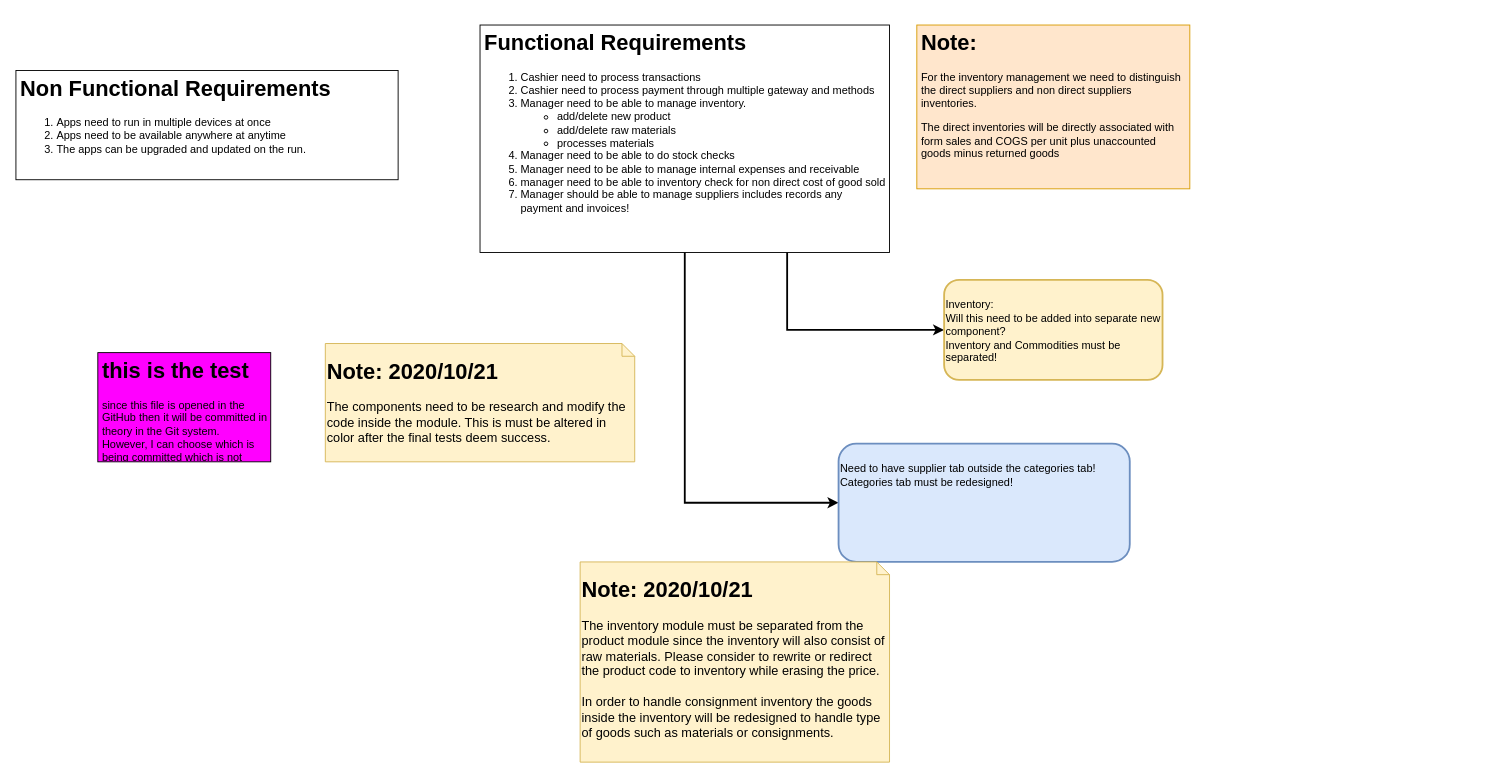
Earlier version of the draw.io diagram page "1.Read First" (1 of 7) of docs/2020-06-21_UML.drawio (m00racle/trialpos). Source tidied: cells renumbered, new cells numbered last; positions are measured from the earlier drawing's top-left corner, leaving out a move shared by most shapes. Both pictures are drawn from the tidied source at 91%, with x=0, y=0 at pixel (15, 25).
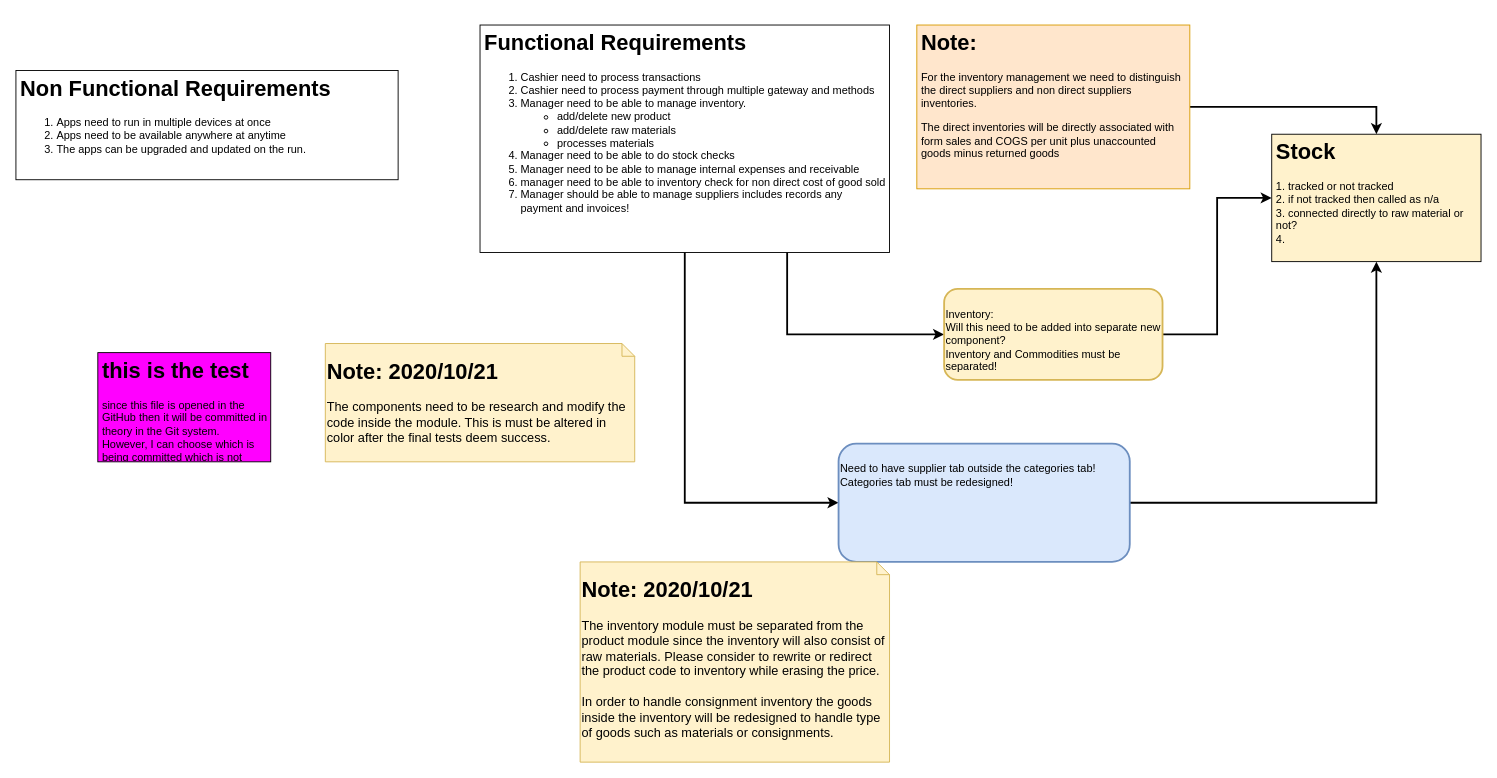
The same page after the edit.

Diff of the diagram source:
```diff
@@
 <mxGraphModel>
   <root>
     <mxCell id="0" />
     <mxCell id="1" parent="0" />
     <mxCell id="2" style="edgeStyle=orthogonalEdgeStyle;rounded=0;jettySize=auto;html=1;exitX=0.75;exitY=1;exitDx=0;exitDy=0;entryX=0;entryY=0.5;entryDx=0;entryDy=0;strokeWidth=2;" parent="1" edge="1" source="4" target="7">
       <mxGeometry relative="1" as="geometry" />
     </mxCell>
     <mxCell id="3" style="edgeStyle=orthogonalEdgeStyle;rounded=0;jettySize=auto;html=1;exitX=0.5;exitY=1;exitDx=0;exitDy=0;entryX=0;entryY=0.5;entryDx=0;entryDy=0;strokeWidth=2;" parent="1" edge="1" source="4" target="8">
       <mxGeometry relative="1" as="geometry" />
     </mxCell>
     <mxCell id="4" value="&lt;h1&gt;Functional Requirements&lt;/h1&gt;&lt;p&gt;&lt;/p&gt;&lt;ol&gt;&lt;li&gt;Cashier need to process transactions&lt;/li&gt;&lt;li&gt;Cashier need to process payment through multiple gateway and methods&lt;/li&gt;&lt;li&gt;Manager need to be able to manage inventory.&lt;/li&gt;&lt;ul&gt;&lt;li&gt;add/delete new product&lt;/li&gt;&lt;li&gt;add/delete raw materials&amp;nbsp;&lt;/li&gt;&lt;li&gt;processes materials&lt;/li&gt;&lt;/ul&gt;&lt;li&gt;Manager need to be able to do stock checks&lt;/li&gt;&lt;li&gt;Manager need to be able to manage internal expenses and receivable&lt;/li&gt;&lt;li&gt;manager need to be able to inventory check for non direct cost of good sold&lt;/li&gt;&lt;li&gt;Manager should be able to manage suppliers includes records any payment and invoices!&lt;/li&gt;&lt;/ol&gt;&lt;p&gt;&lt;/p&gt;" style="text;html=1;fillColor=none;spacing=5;spacingTop=-20;whiteSpace=wrap;overflow=hidden;rounded=0;strokeColor=#000000;" parent="1" vertex="1">
       <mxGeometry x="510" width="450" height="250" as="geometry" />
     </mxCell>
     <mxCell id="5" value="&lt;h1&gt;Non Functional Requirements&lt;/h1&gt;&lt;p&gt;&lt;/p&gt;&lt;ol&gt;&lt;li&gt;Apps need to run in multiple devices at once&lt;/li&gt;&lt;li&gt;Apps need to be available anywhere at anytime&lt;/li&gt;&lt;li&gt;The apps can be upgraded and updated on the run.&lt;/li&gt;&lt;/ol&gt;&lt;p&gt;&lt;/p&gt;" style="text;html=1;fillColor=none;spacing=5;spacingTop=-20;whiteSpace=wrap;overflow=hidden;rounded=0;strokeColor=#000000;" parent="1" vertex="1">
       <mxGeometry y="50" width="420" height="120" as="geometry" />
     </mxCell>
+    <mxCell id="12" style="edgeStyle=orthogonalEdgeStyle;rounded=0;jettySize=auto;html=1;entryX=0.5;entryY=0;entryDx=0;entryDy=0;strokeWidth=2;" parent="1" edge="1" source="6" target="15">
+      <mxGeometry relative="1" as="geometry" />
+    </mxCell>
     <mxCell id="6" value="&lt;h1&gt;Note:&lt;/h1&gt;&lt;p&gt;For the inventory management we need to distinguish the direct suppliers and non direct suppliers inventories.&amp;nbsp;&lt;/p&gt;&lt;p&gt;The direct inventories will be directly associated with form sales and COGS per unit plus unaccounted goods minus returned goods&lt;/p&gt;" style="text;html=1;strokeColor=#d79b00;fillColor=#ffe6cc;spacing=5;spacingTop=-20;whiteSpace=wrap;overflow=hidden;rounded=0;" parent="1" vertex="1">
       <mxGeometry x="990" width="300" height="180" as="geometry" />
     </mxCell>
+    <mxCell id="13" style="edgeStyle=orthogonalEdgeStyle;rounded=0;jettySize=auto;html=1;entryX=0;entryY=0.5;entryDx=0;entryDy=0;strokeWidth=2;" parent="1" edge="1" source="7" target="15">
+      <mxGeometry relative="1" as="geometry" />
+    </mxCell>
     <mxCell id="7" value="&lt;br&gt;Inventory:&lt;br&gt;Will this need to be added into separate new component?&lt;br&gt;Inventory and Commodities must be separated!" style="rounded=1;whiteSpace=wrap;html=1;strokeColor=#d6b656;verticalAlign=top;align=left;strokeWidth=2;fillColor=#fff2cc;" parent="1" vertex="1">
-      <mxGeometry x="1020" y="280" width="240" height="110" as="geometry" />
+      <mxGeometry x="1020" y="290" width="240" height="100" as="geometry" />
     </mxCell>
+    <mxCell id="14" style="edgeStyle=orthogonalEdgeStyle;rounded=0;jettySize=auto;html=1;entryX=0.5;entryY=1;entryDx=0;entryDy=0;strokeWidth=2;" parent="1" edge="1" source="8" target="15">
+      <mxGeometry relative="1" as="geometry" />
+    </mxCell>
     <mxCell id="8" value="&lt;br&gt;Need to have supplier tab outside the categories tab!&amp;nbsp;&lt;br&gt;Categories tab must be redesigned!" style="rounded=1;whiteSpace=wrap;html=1;strokeWidth=2;verticalAlign=top;align=left;fillColor=#dae8fc;strokeColor=#6c8ebf;" parent="1" vertex="1">
       <mxGeometry x="904" y="460" width="320" height="130" as="geometry" />
     </mxCell>
     <mxCell id="9" value="&lt;h1&gt;Note: 2020/10/21&lt;/h1&gt;&lt;div&gt;&lt;font style=&quot;font-size: 14px&quot;&gt;The components need to be research and modify the code inside the module. This is must be altered in color after the final tests deem success.&lt;/font&gt;&lt;/div&gt;" style="shape=note;whiteSpace=wrap;html=1;size=14;verticalAlign=top;align=left;spacingTop=-6;strokeWidth=1;fillColor=#fff2cc;strokeColor=#d6b656;" parent="1" vertex="1">
       <mxGeometry x="340" y="350" width="340" height="130" as="geometry" />
     </mxCell>
     <mxCell id="10" value="&lt;h1&gt;Note: 2020/10/21&lt;/h1&gt;&lt;div&gt;&lt;font style=&quot;font-size: 14px&quot;&gt;The inventory module must be separated from the product module since the inventory will also consist of raw materials. Please consider to rewrite or redirect the product code to inventory while erasing the price.&lt;/font&gt;&lt;/div&gt;&lt;div&gt;&lt;font style=&quot;font-size: 14px&quot;&gt;&lt;br&gt;&lt;/font&gt;&lt;/div&gt;&lt;div&gt;&lt;font style=&quot;font-size: 14px&quot;&gt;In order to handle consignment inventory the goods inside the inventory will be redesigned to handle type of goods such as materials or consignments.&lt;/font&gt;&lt;/div&gt;" style="shape=note;whiteSpace=wrap;html=1;size=14;verticalAlign=top;align=left;spacingTop=-6;strokeWidth=1;fillColor=#fff2cc;strokeColor=#d6b656;" parent="1" vertex="1">
       <mxGeometry x="620" y="590" width="340" height="220" as="geometry" />
     </mxCell>
     <mxCell id="11" value="&lt;h1&gt;this is the test&lt;/h1&gt;&lt;div&gt;since this file is opened in the GitHub then it will be committed in theory in the Git system. However, I can choose which is being committed which is not&lt;/div&gt;" style="text;html=1;spacing=5;spacingTop=-20;whiteSpace=wrap;overflow=hidden;rounded=0;strokeColor=#000000;fillColor=#FF00FF;" parent="1" vertex="1">
       <mxGeometry x="90" y="360" width="190" height="120" as="geometry" />
     </mxCell>
+    <mxCell id="15" value="&lt;h1&gt;Stock&lt;/h1&gt;&lt;div&gt;1. tracked or not tracked&lt;/div&gt;&lt;div&gt;2. if not tracked then called as n/a&lt;/div&gt;&lt;div&gt;3. connected directly to raw material or not?&lt;/div&gt;&lt;div&gt;4.&amp;nbsp;&lt;/div&gt;" style="text;html=1;fillColor=#fff2cc;spacing=5;spacingTop=-20;whiteSpace=wrap;overflow=hidden;rounded=0;strokeColor=#000000;" parent="1" vertex="1">
+      <mxGeometry x="1380" y="120" width="230" height="140" as="geometry" />
+    </mxCell>
   </root>
 </mxGraphModel>
```
